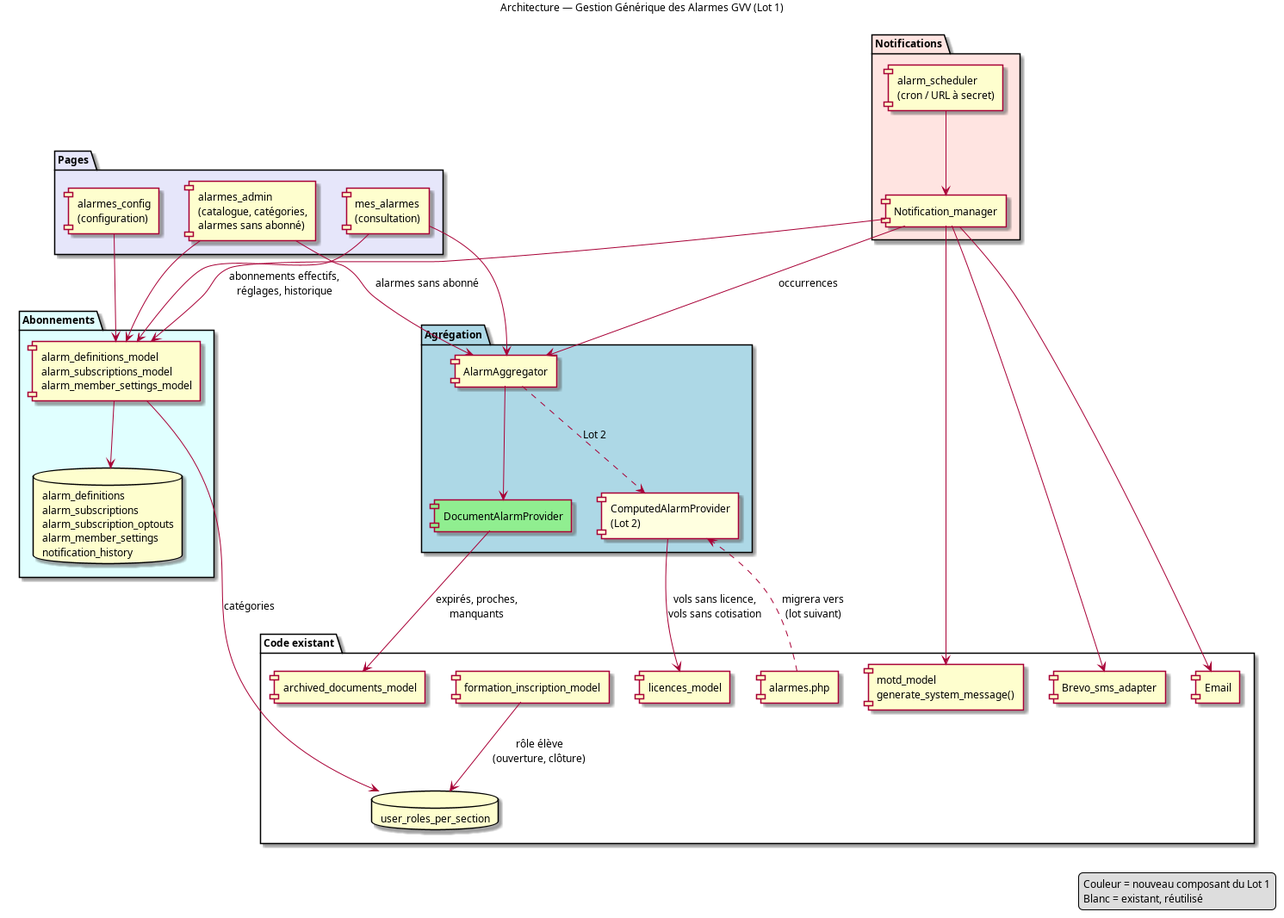
This is doc/design_notes/diagrams/gestion_alarmes_composants.png from flub78/gvv, a PlantUML export, as it was before one commit. Its source is kept beside it as doc/design_notes/diagrams/gestion_alarmes_composants.puml.
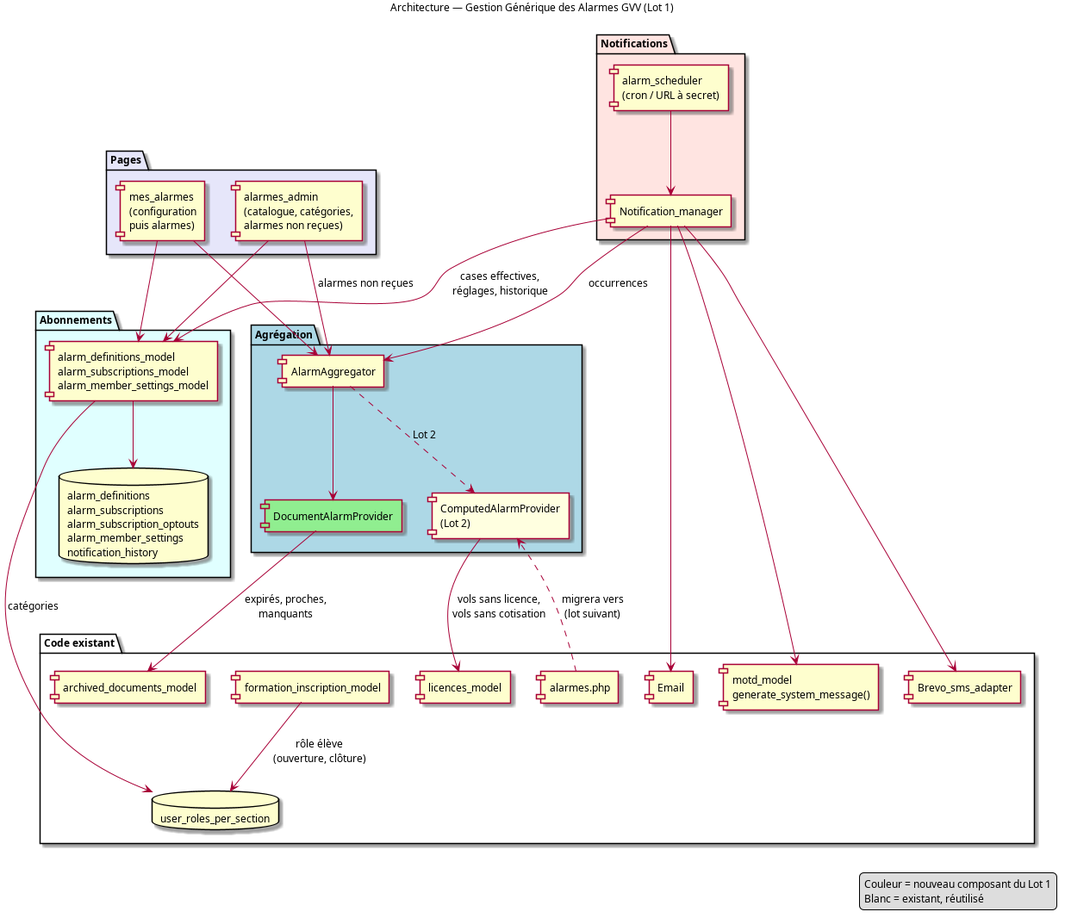
Above is the later version.

What changed in the source:
```diff
@@ -6,9 +6,8 @@
 title Architecture — Gestion Générique des Alarmes GVV (Lot 1)
 
 package "Pages" #lavender {
-  component [alarmes_config\n(configuration)] as CONF
-  component [mes_alarmes\n(consultation)] as MES
-  component [alarmes_admin\n(catalogue, catégories,\nalarmes sans abonné)] as ADM
+  component [mes_alarmes\n(configuration\npuis alarmes)] as MES
+  component [alarmes_admin\n(catalogue, catégories,\nalarmes non reçues)] as ADM
 }
 
 package "Notifications" #mistyrose {
@@ -40,14 +39,13 @@
 
 SCHED --> NOTIF
 NOTIF --> AGG : occurrences
-NOTIF --> SUBS : abonnements effectifs,\nréglages, historique
+NOTIF --> SUBS : cases effectives,\nréglages, historique
 NOTIF --> MAIL
 NOTIF --> MOTD
 NOTIF --> SMS
 
-CONF --> SUBS
 ADM --> SUBS
-ADM --> AGG : alarmes sans abonné
+ADM --> AGG : alarmes non reçues
 MES --> AGG
 MES --> SUBS
 
```
